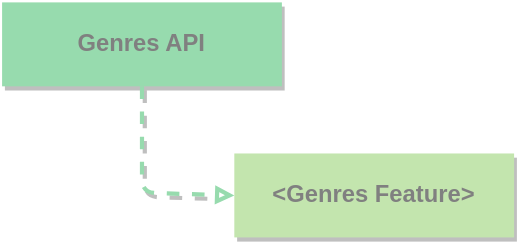
Above: Podcasts Genres List/Genres List UI/dependency.drawio.svg in alexnikol/AnyCast (draw.io), before the change. Source tidied: cells renumbered, new cells last; positions are measured from the earlier drawing's top-left corner, leaving out a move shared by most shapes.
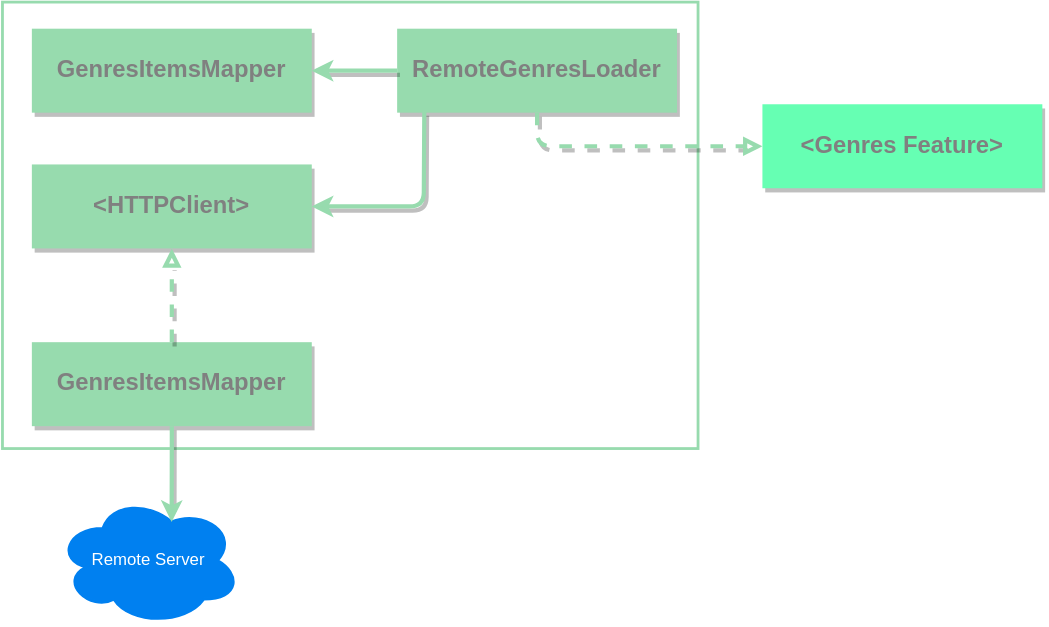
Above is the later version.

Commit message:
Updated dependancy diagram

The edit, as a diff of the source:
```diff
@@ -2,6 +2,9 @@
   <root>
     <mxCell id="0" />
     <mxCell id="1" parent="0" />
+    <mxCell id="8" style="rounded=0;whiteSpace=wrap;html=1;strokeWidth=2;strokeColor=#97DBAE;fillColor=none;" parent="1" vertex="1">
+      <mxGeometry x="-213" y="-125" width="497" height="319" as="geometry" />
+    </mxCell>
     <mxCell id="2" style="edgeStyle=orthogonalEdgeStyle;rounded=0;orthogonalLoop=1;jettySize=auto;html=1;exitX=0.5;exitY=0.5;exitDx=0;exitDy=0;exitPerimeter=0;" parent="1" edge="1">
       <mxGeometry relative="1" as="geometry">
         <mxPoint x="70" y="240" as="targetPoint" />
@@ -17,18 +20,50 @@
         <mxPoint x="70" y="150" as="targetPoint" />
       </mxGeometry>
     </mxCell>
-    <mxCell id="5" value="&amp;lt;Genres Feature&amp;gt;" style="rounded=0;whiteSpace=wrap;html=1;fontSize=17;fontColor=#808080;strokeColor=none;strokeWidth=3;fillColor=#C3E5AE;fontStyle=1;gradientColor=none;shadow=1;" parent="1" vertex="1">
-      <mxGeometry x="186" y="108" width="200" height="60" as="geometry" />
+    <mxCell id="5" value="&amp;lt;Genres Feature&amp;gt;" style="rounded=0;whiteSpace=wrap;html=1;fontSize=17;fontColor=#808080;strokeColor=none;strokeWidth=3;fillColor=#66FFB3;fontStyle=1;gradientColor=none;shadow=1;" parent="1" vertex="1">
+      <mxGeometry x="330" y="-52" width="200" height="60" as="geometry" />
     </mxCell>
-    <mxCell id="6" value="Genres API" style="rounded=0;whiteSpace=wrap;html=1;fontSize=17;fontColor=#808080;strokeColor=none;strokeWidth=3;fillColor=#97DBAE;fontStyle=1;gradientColor=none;shadow=1;" parent="1" vertex="1">
-      <mxGeometry x="20" width="200" height="60" as="geometry" />
+    <mxCell id="6" value="GenresItemsMapper" style="rounded=0;whiteSpace=wrap;html=1;fontSize=17;fontColor=#808080;strokeColor=none;strokeWidth=3;fillColor=#97DBAE;fontStyle=1;gradientColor=none;shadow=1;" parent="1" vertex="1">
+      <mxGeometry x="-192" y="-106" width="200" height="60" as="geometry" />
     </mxCell>
-    <mxCell id="7" style="edgeStyle=none;html=1;exitX=0.5;exitY=1;exitDx=0;exitDy=0;fontSize=17;fontColor=#999900;strokeColor=#97DBAE;fillColor=#a20025;strokeWidth=3;rounded=1;dashed=1;shadow=1;entryX=0;entryY=0.5;entryDx=0;entryDy=0;endArrow=block;endFill=0;" parent="1" edge="1" source="6" target="5">
-      <mxGeometry relative="1" as="geometry">
-        <Array as="points">
-          <mxPoint x="120" y="136" />
-        </Array>
-      </mxGeometry>
+    <mxCell id="7" value="RemoteGenresLoader" style="rounded=0;whiteSpace=wrap;html=1;fontSize=17;fontColor=#808080;strokeColor=none;strokeWidth=3;fillColor=#97DBAE;fontStyle=1;gradientColor=none;shadow=1;" parent="1" vertex="1">
+      <mxGeometry x="69" y="-106" width="200" height="60" as="geometry" />
     </mxCell>
+    <mxCell id="9" style="edgeStyle=none;html=1;exitX=0;exitY=0.5;exitDx=0;exitDy=0;fontSize=17;fontColor=#999900;strokeColor=#97DBAE;fillColor=#a20025;strokeWidth=3;shadow=1;entryX=1;entryY=0.5;entryDx=0;entryDy=0;" parent="1" edge="1" source="7" target="6">
+      <mxGeometry relative="1" as="geometry" />
+    </mxCell>
+    <mxCell id="10" value="&amp;lt;HTTPClient&amp;gt;" style="rounded=0;whiteSpace=wrap;html=1;fontSize=17;fontColor=#808080;strokeColor=none;strokeWidth=3;fillColor=#97DBAE;fontStyle=1;gradientColor=none;shadow=1;" parent="1" vertex="1">
+      <mxGeometry x="-192" y="-9" width="200" height="60" as="geometry" />
+    </mxCell>
+    <mxCell id="11" style="edgeStyle=none;html=1;exitX=0.097;exitY=0.988;exitDx=0;exitDy=0;fontSize=17;fontColor=#999900;strokeColor=#97DBAE;fillColor=#a20025;strokeWidth=3;shadow=1;entryX=1;entryY=0.5;entryDx=0;entryDy=0;exitPerimeter=0;" parent="1" edge="1" source="7" target="10">
+      <mxGeometry relative="1" as="geometry">
+        <Array as="points">
+          <mxPoint x="88" y="21" />
+        </Array>
+      </mxGeometry>
+    </mxCell>
+    <mxCell id="12" value="GenresItemsMapper" style="rounded=0;whiteSpace=wrap;html=1;fontSize=17;fontColor=#808080;strokeColor=none;strokeWidth=3;fillColor=#97DBAE;fontStyle=1;gradientColor=none;shadow=1;" parent="1" vertex="1">
+      <mxGeometry x="-192" y="118" width="200" height="60" as="geometry" />
+    </mxCell>
+    <mxCell id="13" style="edgeStyle=none;html=1;exitX=0.5;exitY=0;exitDx=0;exitDy=0;fontSize=17;fontColor=#999900;strokeColor=#97DBAE;fillColor=#a20025;strokeWidth=3;rounded=1;dashed=1;shadow=1;endArrow=block;endFill=0;entryX=0.5;entryY=1;entryDx=0;entryDy=0;" parent="1" edge="1" source="12" target="10">
+      <mxGeometry relative="1" as="geometry" />
+    </mxCell>
+    <mxCell id="14" style="edgeStyle=none;html=1;exitX=0.5;exitY=1;exitDx=0;exitDy=0;fontSize=17;fontColor=#999900;strokeColor=#97DBAE;fillColor=#a20025;strokeWidth=3;rounded=1;dashed=1;shadow=1;endArrow=block;endFill=0;entryX=0;entryY=0.5;entryDx=0;entryDy=0;" parent="1" edge="1" source="7" target="5">
+      <mxGeometry relative="1" as="geometry">
+        <Array as="points">
+          <mxPoint x="169" y="-22" />
+        </Array>
+      </mxGeometry>
+    </mxCell>
+    <mxCell id="15" value="Remote Server" style="ellipse;shape=cloud;whiteSpace=wrap;html=1;align=center;strokeColor=#0080F0;strokeWidth=2;fillColor=#0080F0;fontColor=#fff;" parent="1" vertex="1">
+      <mxGeometry x="-174" y="228" width="131" height="92" as="geometry" />
+    </mxCell>
+    <mxCell id="16" style="edgeStyle=none;html=1;exitX=0.5;exitY=1;exitDx=0;exitDy=0;fontSize=17;fontColor=#999900;strokeColor=#97DBAE;fillColor=#a20025;strokeWidth=3;shadow=1;entryX=0.625;entryY=0.2;entryDx=0;entryDy=0;entryPerimeter=0;" parent="1" edge="1" source="12" target="15">
+      <mxGeometry relative="1" as="geometry">
+        <Array as="points">
+          <mxPoint x="-92" y="200" />
+        </Array>
+      </mxGeometry>
+    </mxCell>
   </root>
 </mxGraphModel>
```
